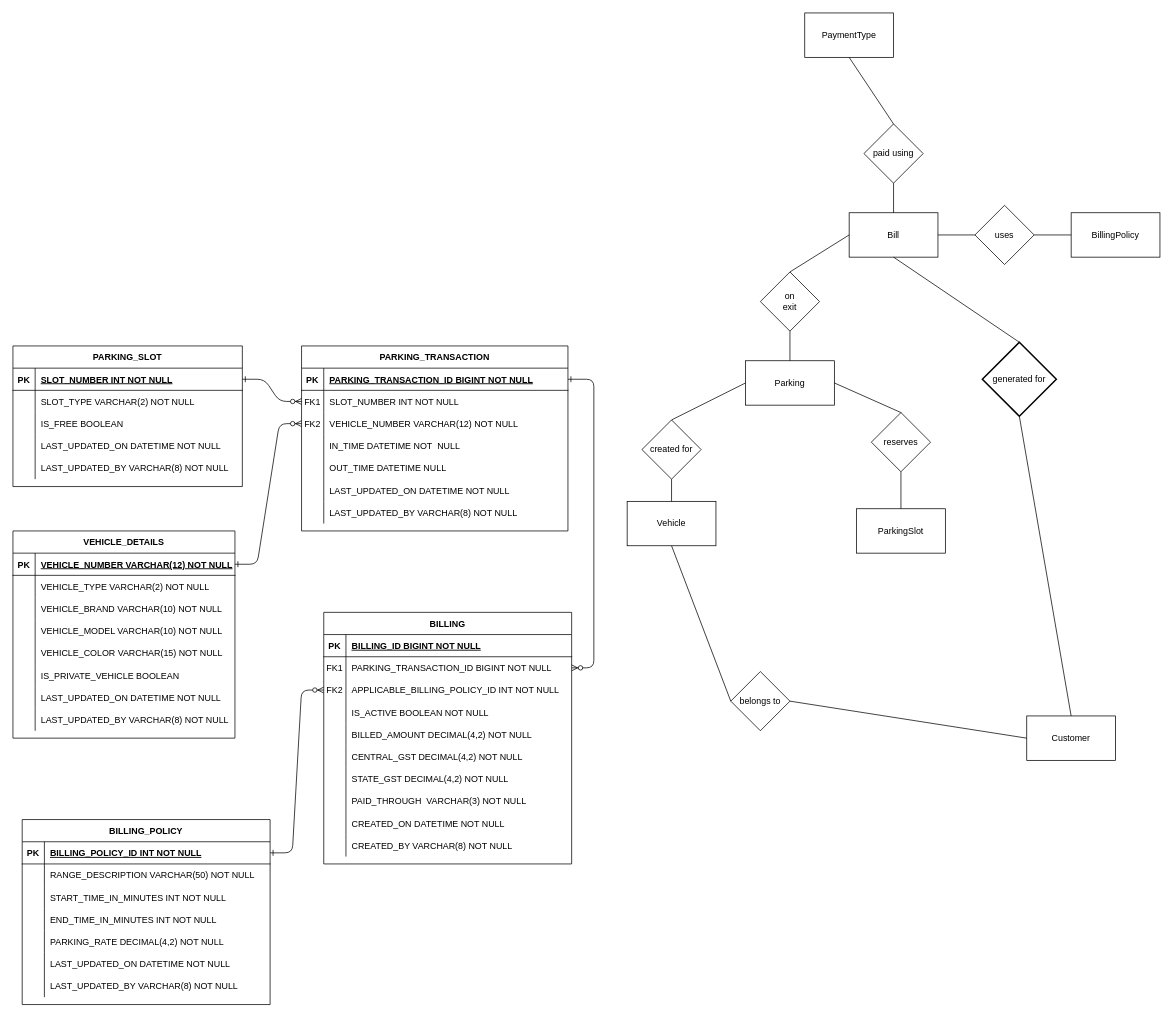
suhasark/bits-mtech-work keeps this draw.io diagram as page "Entity Diagram" (1 of 3) of Parking.drawio. Above is the earlier version. Source tidied: cells renumbered, new cells numbered last; positions are measured from the earlier drawing's top-left corner, leaving out a move shared by most shapes. Both pictures are drawn from the tidied source at 74%, with x=0, y=0 at pixel (13, 13).
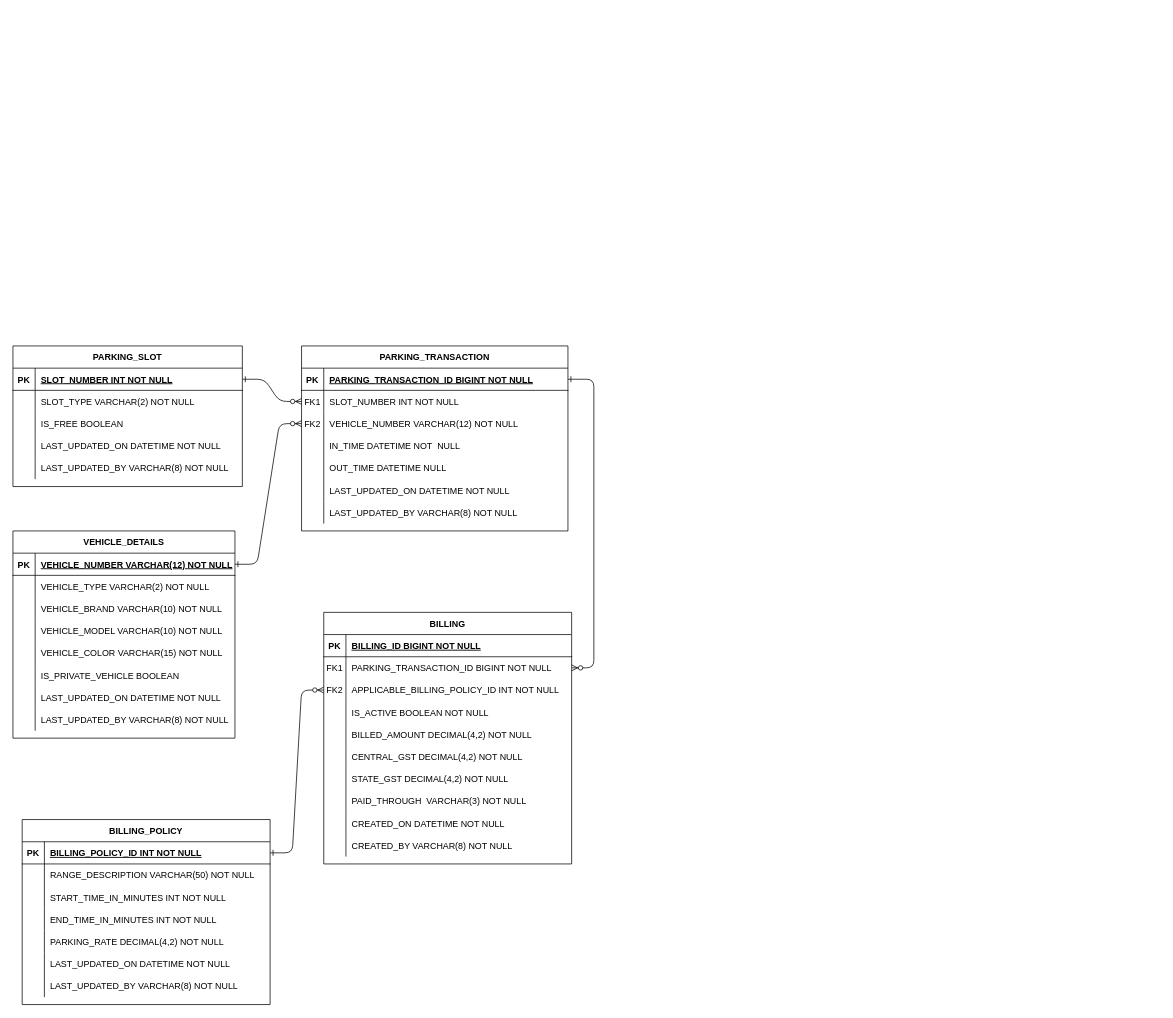
After the change.

Change to the diagram source:
```diff
@@
-    <mxCell id="122" value="ParkingSlot" style="rounded=0;whiteSpace=wrap;html=1;" parent="1" vertex="1">
-      <mxGeometry x="1140" y="670" width="120" height="60" as="geometry" />
-    </mxCell>
-    <mxCell id="123" value="Vehicle" style="rounded=0;whiteSpace=wrap;html=1;" parent="1" vertex="1">
-      <mxGeometry x="830" y="660" width="120" height="60" as="geometry" />
-    </mxCell>
-    <mxCell id="124" value="Bill" style="rounded=0;whiteSpace=wrap;html=1;" parent="1" vertex="1">
-      <mxGeometry x="1130" y="270" width="120" height="60" as="geometry" />
-    </mxCell>
-    <mxCell id="125" value="BillingPolicy" style="rounded=0;whiteSpace=wrap;html=1;" parent="1" vertex="1">
-      <mxGeometry x="1430" y="270" width="120" height="60" as="geometry" />
-    </mxCell>
-    <mxCell id="126" value="Parking" style="rounded=0;whiteSpace=wrap;html=1;" parent="1" vertex="1">
-      <mxGeometry x="990" y="470" width="120" height="60" as="geometry" />
-    </mxCell>
-    <mxCell id="127" value="uses" style="rhombus;whiteSpace=wrap;html=1;" parent="1" vertex="1">
-      <mxGeometry x="1300" y="260" width="80" height="80" as="geometry" />
-    </mxCell>
-    <mxCell id="128" value="PaymentType" style="rounded=0;whiteSpace=wrap;html=1;" parent="1" vertex="1">
-      <mxGeometry x="1070" width="120" height="60" as="geometry" />
-    </mxCell>
-    <mxCell id="129" value="paid using" style="rhombus;whiteSpace=wrap;html=1;" parent="1" vertex="1">
-      <mxGeometry x="1150" y="150" width="80" height="80" as="geometry" />
-    </mxCell>
-    <mxCell id="130" value="created for" style="rhombus;whiteSpace=wrap;html=1;" parent="1" vertex="1">
-      <mxGeometry x="850" y="550" width="80" height="80" as="geometry" />
-    </mxCell>
-    <mxCell id="131" value="reserves" style="rhombus;whiteSpace=wrap;html=1;" parent="1" vertex="1">
-      <mxGeometry x="1160" y="540" width="80" height="80" as="geometry" />
-    </mxCell>
-    <mxCell id="132" style="endArrow=none;html=1;rounded=0;entryX=0.5;entryY=0;entryDx=0;entryDy=0;exitX=0.5;exitY=1;exitDx=0;exitDy=0;" parent="1" edge="1" source="129" target="124">
-      <mxGeometry relative="1" as="geometry" />
-    </mxCell>
-    <mxCell id="133" style="endArrow=none;html=1;rounded=0;exitX=0;exitY=0.5;exitDx=0;exitDy=0;entryX=0.5;entryY=0;entryDx=0;entryDy=0;" parent="1" edge="1" source="126" target="130">
-      <mxGeometry relative="1" as="geometry" />
-    </mxCell>
-    <mxCell id="134" style="endArrow=none;html=1;rounded=0;entryX=0.5;entryY=1;entryDx=0;entryDy=0;" parent="1" edge="1" source="123" target="130">
-      <mxGeometry relative="1" as="geometry" />
-    </mxCell>
-    <mxCell id="135" style="endArrow=none;html=1;rounded=0;exitX=1;exitY=0.5;exitDx=0;exitDy=0;entryX=0.5;entryY=0;entryDx=0;entryDy=0;" parent="1" edge="1" source="126" target="131">
-      <mxGeometry relative="1" as="geometry" />
-    </mxCell>
-    <mxCell id="136" style="endArrow=none;html=1;rounded=0;exitX=0.5;exitY=1;exitDx=0;exitDy=0;entryX=0.5;entryY=0;entryDx=0;entryDy=0;" parent="1" edge="1" source="131" target="122">
-      <mxGeometry relative="1" as="geometry" />
-    </mxCell>
-    <mxCell id="137" style="endArrow=none;html=1;rounded=0;exitX=0.5;exitY=1;exitDx=0;exitDy=0;entryX=0.5;entryY=0;entryDx=0;entryDy=0;" parent="1" edge="1" source="128" target="129">
-      <mxGeometry relative="1" as="geometry" />
-    </mxCell>
-    <mxCell id="138" style="endArrow=none;html=1;rounded=0;exitX=0;exitY=0.5;exitDx=0;exitDy=0;entryX=1;entryY=0.5;entryDx=0;entryDy=0;" parent="1" edge="1" source="127" target="124">
-      <mxGeometry relative="1" as="geometry" />
-    </mxCell>
-    <mxCell id="139" style="endArrow=none;html=1;rounded=0;exitX=0;exitY=0.5;exitDx=0;exitDy=0;entryX=1;entryY=0.5;entryDx=0;entryDy=0;" parent="1" edge="1" source="125" target="127">
-      <mxGeometry relative="1" as="geometry" />
-    </mxCell>
-    <mxCell id="140" value="on &lt;br&gt;exit" style="rhombus;whiteSpace=wrap;html=1;" parent="1" vertex="1">
-      <mxGeometry x="1010" y="350" width="80" height="80" as="geometry" />
-    </mxCell>
-    <mxCell id="141" style="endArrow=none;html=1;rounded=0;exitX=0;exitY=0.5;exitDx=0;exitDy=0;entryX=0.5;entryY=0;entryDx=0;entryDy=0;" parent="1" edge="1" source="124" target="140">
-      <mxGeometry relative="1" as="geometry" />
-    </mxCell>
-    <mxCell id="142" style="endArrow=none;html=1;rounded=0;exitX=0.5;exitY=0;exitDx=0;exitDy=0;entryX=0.5;entryY=1;entryDx=0;entryDy=0;" parent="1" edge="1" source="126" target="140">
-      <mxGeometry relative="1" as="geometry" />
-    </mxCell>
-    <mxCell id="143" value="Customer" style="rounded=0;whiteSpace=wrap;html=1;" parent="1" vertex="1">
-      <mxGeometry x="1370" y="950" width="120" height="60" as="geometry" />
-    </mxCell>
-    <mxCell id="144" value="belongs to" style="rhombus;whiteSpace=wrap;html=1;" parent="1" vertex="1">
-      <mxGeometry x="970" y="890" width="80" height="80" as="geometry" />
-    </mxCell>
-    <mxCell id="145" value="generated for" style="strokeWidth=2;html=1;shape=mxgraph.flowchart.decision;whiteSpace=wrap;" parent="1" vertex="1">
-      <mxGeometry x="1310" y="445" width="100" height="100" as="geometry" />
-    </mxCell>
-    <mxCell id="146" style="endArrow=none;html=1;rounded=0;exitX=0.5;exitY=1;exitDx=0;exitDy=0;entryX=0.5;entryY=0;entryDx=0;entryDy=0;entryPerimeter=0;" parent="1" edge="1" source="124" target="145">
-      <mxGeometry relative="1" as="geometry" />
-    </mxCell>
-    <mxCell id="147" style="endArrow=none;html=1;rounded=0;exitX=0.5;exitY=1;exitDx=0;exitDy=0;entryX=0.5;entryY=0;entryDx=0;entryDy=0;exitPerimeter=0;" parent="1" edge="1" source="145" target="143">
-      <mxGeometry relative="1" as="geometry" />
-    </mxCell>
-    <mxCell id="148" style="endArrow=none;html=1;rounded=0;exitX=0.5;exitY=1;exitDx=0;exitDy=0;entryX=0;entryY=0.5;entryDx=0;entryDy=0;" parent="1" edge="1" source="123" target="144">
-      <mxGeometry relative="1" as="geometry" />
-    </mxCell>
-    <mxCell id="149" style="endArrow=none;html=1;rounded=0;exitX=1;exitY=0.5;exitDx=0;exitDy=0;entryX=0;entryY=0.5;entryDx=0;entryDy=0;" parent="1" edge="1" source="144" target="143">
-      <mxGeometry relative="1" as="geometry" />
-    </mxCell>
```
